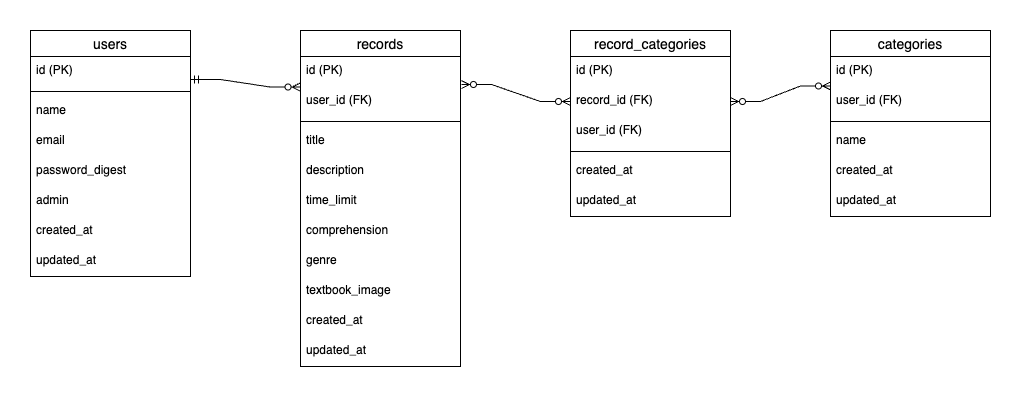
Earlier version of the draw.io export app/assets/images/ER_diagram.png (takaya8522/Study_Support_App). Source tidied: cells renumbered, new cells last; positions are measured from the earlier drawing's top-left corner, leaving out a move shared by most shapes.
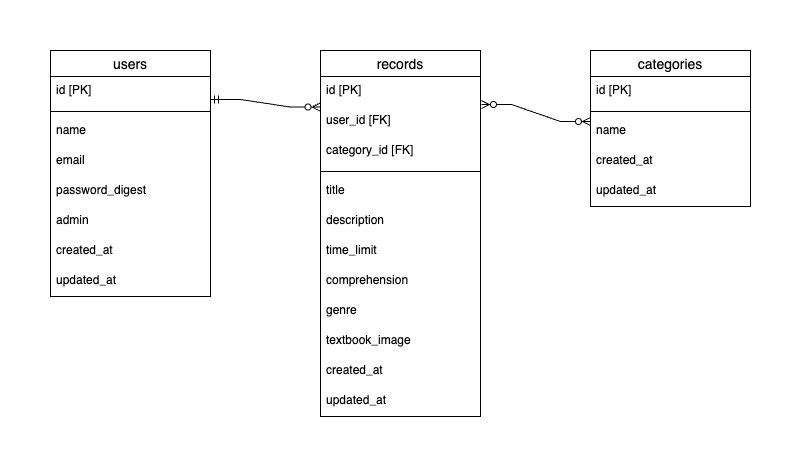
Above is the later version.

The edit, as a diff of the source:
```diff
@@ -5,7 +5,7 @@
     <mxCell id="2" value="users" style="swimlane;fontStyle=0;horizontal=1;startSize=26;align=center;fontSize=14;" parent="1" vertex="1">
       <mxGeometry width="160" height="246" as="geometry" />
     </mxCell>
-    <mxCell id="3" value="id (PK)" style="text;strokeColor=none;fillColor=none;spacingLeft=4;spacingRight=4;overflow=hidden;fontSize=12;" parent="2" vertex="1">
+    <mxCell id="3" value="id [PK]" style="text;strokeColor=none;fillColor=none;spacingLeft=4;spacingRight=4;overflow=hidden;fontSize=12;" parent="2" vertex="1">
       <mxGeometry y="26" width="160" height="30" as="geometry" />
     </mxCell>
     <mxCell id="4" style="line;strokeWidth=1;dashed=0;labelPosition=right;align=left;verticalAlign=middle;spacingTop=0;spacingLeft=6;" parent="2" vertex="1">
@@ -30,93 +30,71 @@
       <mxGeometry y="216" width="160" height="30" as="geometry" />
     </mxCell>
     <mxCell id="11" value="records" style="swimlane;fontStyle=0;horizontal=1;startSize=26;align=center;fontSize=14;" parent="1" vertex="1">
-      <mxGeometry x="270" width="160" height="336" as="geometry" />
+      <mxGeometry x="270" width="160" height="366" as="geometry" />
     </mxCell>
-    <mxCell id="12" value="id (PK)" style="text;strokeColor=none;fillColor=none;spacingLeft=4;spacingRight=4;overflow=hidden;fontSize=12;" parent="11" vertex="1">
+    <mxCell id="12" value="id [PK]" style="text;strokeColor=none;fillColor=none;spacingLeft=4;spacingRight=4;overflow=hidden;fontSize=12;" parent="11" vertex="1">
       <mxGeometry y="26" width="160" height="30" as="geometry" />
     </mxCell>
-    <mxCell id="13" value="user_id (FK)" style="text;strokeColor=none;fillColor=none;spacingLeft=4;spacingRight=4;overflow=hidden;points=[[0,0.5],[1,0.5]];portConstraint=eastwest;fontSize=12;" parent="11" vertex="1">
+    <mxCell id="13" value="user_id [FK]" style="text;strokeColor=none;fillColor=none;spacingLeft=4;spacingRight=4;overflow=hidden;points=[[0,0.5],[1,0.5]];portConstraint=eastwest;fontSize=12;" parent="11" vertex="1">
       <mxGeometry y="56" width="160" height="30" as="geometry" />
     </mxCell>
+    <mxCell id="40" value="category_id [FK]" style="text;strokeColor=none;fillColor=none;spacingLeft=4;spacingRight=4;overflow=hidden;fontSize=12;" parent="11" vertex="1">
+      <mxGeometry y="86" width="160" height="30" as="geometry" />
+    </mxCell>
     <mxCell id="14" style="line;strokeWidth=1;dashed=0;labelPosition=right;align=left;verticalAlign=middle;spacingTop=0;spacingLeft=6;" parent="11" vertex="1">
-      <mxGeometry y="86" width="160" height="10" as="geometry" />
+      <mxGeometry y="116" width="160" height="10" as="geometry" />
     </mxCell>
     <mxCell id="15" value="title" style="text;strokeColor=none;fillColor=none;spacingLeft=4;spacingRight=4;overflow=hidden;fontSize=12;" parent="11" vertex="1">
-      <mxGeometry y="96" width="160" height="30" as="geometry" />
+      <mxGeometry y="126" width="160" height="30" as="geometry" />
     </mxCell>
     <mxCell id="16" value="description" style="text;strokeColor=none;fillColor=none;spacingLeft=4;spacingRight=4;overflow=hidden;fontSize=12;" parent="11" vertex="1">
-      <mxGeometry y="126" width="160" height="30" as="geometry" />
+      <mxGeometry y="156" width="160" height="30" as="geometry" />
     </mxCell>
     <mxCell id="17" value="time_limit" style="text;strokeColor=none;fillColor=none;spacingLeft=4;spacingRight=4;overflow=hidden;fontSize=12;" parent="11" vertex="1">
-      <mxGeometry y="156" width="160" height="30" as="geometry" />
+      <mxGeometry y="186" width="160" height="30" as="geometry" />
     </mxCell>
     <mxCell id="18" value="comprehension" style="text;strokeColor=none;fillColor=none;spacingLeft=4;spacingRight=4;overflow=hidden;fontSize=12;" parent="11" vertex="1">
-      <mxGeometry y="186" width="160" height="30" as="geometry" />
+      <mxGeometry y="216" width="160" height="30" as="geometry" />
     </mxCell>
     <mxCell id="19" value="genre" style="text;strokeColor=none;fillColor=none;spacingLeft=4;spacingRight=4;overflow=hidden;fontSize=12;" parent="11" vertex="1">
-      <mxGeometry y="216" width="160" height="30" as="geometry" />
+      <mxGeometry y="246" width="160" height="30" as="geometry" />
     </mxCell>
     <mxCell id="20" value="textbook_image" style="text;strokeColor=none;fillColor=none;spacingLeft=4;spacingRight=4;overflow=hidden;fontSize=12;" parent="11" vertex="1">
-      <mxGeometry y="246" width="160" height="30" as="geometry" />
+      <mxGeometry y="276" width="160" height="30" as="geometry" />
     </mxCell>
     <mxCell id="21" value="created_at" style="text;strokeColor=none;fillColor=none;spacingLeft=4;spacingRight=4;overflow=hidden;fontSize=12;" parent="11" vertex="1">
-      <mxGeometry y="276" width="160" height="30" as="geometry" />
+      <mxGeometry y="306" width="160" height="30" as="geometry" />
     </mxCell>
     <mxCell id="22" value="updated_at" style="text;strokeColor=none;fillColor=none;spacingLeft=4;spacingRight=4;overflow=hidden;fontSize=12;" parent="11" vertex="1">
-      <mxGeometry y="306" width="160" height="30" as="geometry" />
+      <mxGeometry y="336" width="160" height="30" as="geometry" />
     </mxCell>
     <mxCell id="23" value="categories" style="swimlane;fontStyle=0;horizontal=1;startSize=26;align=center;fontSize=14;" parent="1" vertex="1">
-      <mxGeometry x="800" width="160" height="186" as="geometry" />
+      <mxGeometry x="540" width="160" height="156" as="geometry" />
     </mxCell>
-    <mxCell id="24" value="id (PK)" style="text;strokeColor=none;fillColor=none;spacingLeft=4;spacingRight=4;overflow=hidden;fontSize=12;" parent="23" vertex="1">
+    <mxCell id="24" value="id [PK]" style="text;strokeColor=none;fillColor=none;spacingLeft=4;spacingRight=4;overflow=hidden;fontSize=12;" parent="23" vertex="1">
       <mxGeometry y="26" width="160" height="30" as="geometry" />
     </mxCell>
-    <mxCell id="25" value="user_id (FK)" style="text;strokeColor=none;fillColor=none;spacingLeft=4;spacingRight=4;overflow=hidden;points=[[0,0.5],[1,0.5]];portConstraint=eastwest;fontSize=12;" parent="23" vertex="1">
-      <mxGeometry y="56" width="160" height="30" as="geometry" />
-    </mxCell>
     <mxCell id="26" style="line;strokeWidth=1;dashed=0;labelPosition=right;align=left;verticalAlign=middle;spacingTop=0;spacingLeft=6;" parent="23" vertex="1">
-      <mxGeometry y="86" width="160" height="10" as="geometry" />
+      <mxGeometry y="56" width="160" height="10" as="geometry" />
     </mxCell>
     <mxCell id="27" value="name" style="text;strokeColor=none;fillColor=none;spacingLeft=4;spacingRight=4;overflow=hidden;fontSize=12;" parent="23" vertex="1">
-      <mxGeometry y="96" width="160" height="30" as="geometry" />
+      <mxGeometry y="66" width="160" height="30" as="geometry" />
     </mxCell>
     <mxCell id="28" value="created_at" style="text;strokeColor=none;fillColor=none;spacingLeft=4;spacingRight=4;overflow=hidden;fontSize=12;" parent="23" vertex="1">
-      <mxGeometry y="126" width="160" height="30" as="geometry" />
+      <mxGeometry y="96" width="160" height="30" as="geometry" />
     </mxCell>
     <mxCell id="29" value="updated_at" style="text;strokeColor=none;fillColor=none;spacingLeft=4;spacingRight=4;overflow=hidden;fontSize=12;" parent="23" vertex="1">
-      <mxGeometry y="156" width="160" height="30" as="geometry" />
+      <mxGeometry y="126" width="160" height="30" as="geometry" />
     </mxCell>
-    <mxCell id="30" value="record_categories" style="swimlane;fontStyle=0;horizontal=1;startSize=26;align=center;fontSize=14;" parent="1" vertex="1">
-      <mxGeometry x="540" width="160" height="186" as="geometry" />
-    </mxCell>
-    <mxCell id="31" value="id (PK)" style="text;strokeColor=none;fillColor=none;spacingLeft=4;spacingRight=4;overflow=hidden;fontSize=12;" parent="30" vertex="1">
-      <mxGeometry y="26" width="160" height="30" as="geometry" />
-    </mxCell>
-    <mxCell id="32" value="record_id (FK)" style="text;strokeColor=none;fillColor=none;spacingLeft=4;spacingRight=4;overflow=hidden;points=[[0,0.5],[1,0.5]];portConstraint=eastwest;fontSize=12;" parent="30" vertex="1">
-      <mxGeometry y="56" width="160" height="30" as="geometry" />
-    </mxCell>
-    <mxCell id="33" value="user_id (FK)" style="text;strokeColor=none;fillColor=none;spacingLeft=4;spacingRight=4;overflow=hidden;fontSize=12;" parent="30" vertex="1">
-      <mxGeometry y="86" width="160" height="30" as="geometry" />
-    </mxCell>
-    <mxCell id="34" style="line;strokeWidth=1;dashed=0;labelPosition=right;align=left;verticalAlign=middle;spacingTop=0;spacingLeft=6;" parent="30" vertex="1">
-      <mxGeometry y="116" width="160" height="10" as="geometry" />
-    </mxCell>
-    <mxCell id="35" value="created_at" style="text;strokeColor=none;fillColor=none;spacingLeft=4;spacingRight=4;overflow=hidden;fontSize=12;" parent="30" vertex="1">
-      <mxGeometry y="126" width="160" height="30" as="geometry" />
-    </mxCell>
-    <mxCell id="36" value="updated_at" style="text;strokeColor=none;fillColor=none;spacingLeft=4;spacingRight=4;overflow=hidden;fontSize=12;" parent="30" vertex="1">
-      <mxGeometry y="156" width="160" height="30" as="geometry" />
-    </mxCell>
     <mxCell id="37" style="edgeStyle=entityRelationEdgeStyle;fontSize=12;html=1;endArrow=ERzeroToMany;startArrow=ERmandOne;rounded=0;entryX=-0.003;entryY=0.017;entryDx=0;entryDy=0;entryPerimeter=0;" parent="1" edge="1" target="13">
       <mxGeometry relative="1" as="geometry">
         <mxPoint x="160" y="49" as="sourcePoint" />
       </mxGeometry>
     </mxCell>
-    <mxCell id="38" style="edgeStyle=entityRelationEdgeStyle;fontSize=12;html=1;endArrow=ERzeroToMany;endFill=1;startArrow=ERzeroToMany;rounded=0;entryX=0;entryY=0.5;entryDx=0;entryDy=0;exitX=1.006;exitY=-0.067;exitDx=0;exitDy=0;exitPerimeter=0;" parent="1" edge="1" source="13" target="32">
-      <mxGeometry relative="1" as="geometry" />
+    <mxCell id="38" style="edgeStyle=entityRelationEdgeStyle;fontSize=12;html=1;endArrow=ERzeroToMany;endFill=1;startArrow=ERzeroToMany;rounded=0;entryX=0;entryY=0.5;entryDx=0;entryDy=0;exitX=1.006;exitY=-0.067;exitDx=0;exitDy=0;exitPerimeter=0;" parent="1" edge="1" source="13">
+      <mxGeometry relative="1" as="geometry">
+        <mxPoint x="540" y="71" as="targetPoint" />
+      </mxGeometry>
     </mxCell>
-    <mxCell id="39" style="edgeStyle=entityRelationEdgeStyle;fontSize=12;html=1;endArrow=ERzeroToMany;endFill=1;startArrow=ERzeroToMany;rounded=0;entryX=0;entryY=-0.017;entryDx=0;entryDy=0;exitX=1;exitY=0.5;exitDx=0;exitDy=0;entryPerimeter=0;" parent="1" edge="1" source="32" target="25">
-      <mxGeometry relative="1" as="geometry" />
-    </mxCell>
   </root>
 </mxGraphModel>
```
